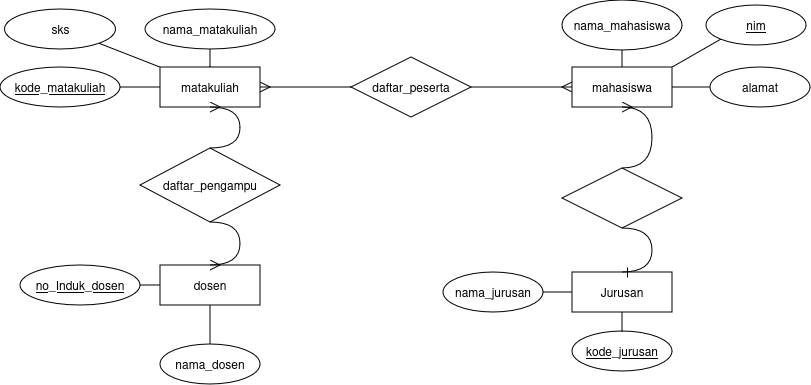
Earlier version of the draw.io export ERD-revisi.drawio.png (embek/rubicamp-database). Source tidied: cells renumbered, new cells last; positions are measured from the earlier drawing's top-left corner, leaving out a move shared by most shapes.
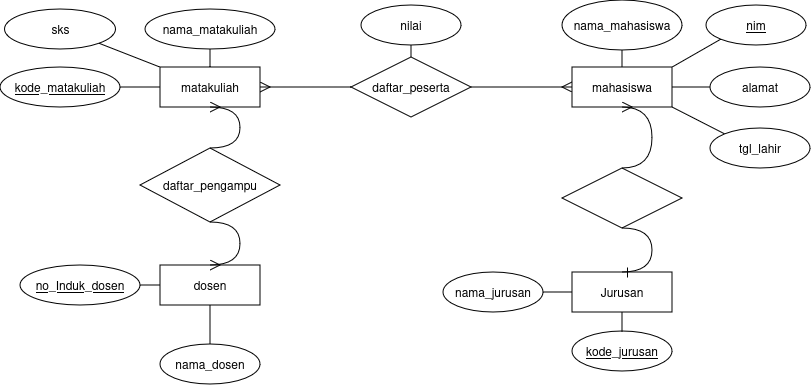
After the change.

Commit message:
tambah atribut nilai dan tgl_lahir

Diff of the diagram source:
```diff
@@ -103,5 +103,17 @@
     <mxCell id="34" style="endArrow=none;html=1;rounded=0;fontSize=12;startSize=8;endSize=8;curved=1;entryX=0;entryY=0;entryDx=0;entryDy=0;exitX=1;exitY=1;exitDx=0;exitDy=0;" parent="1" edge="1" source="24" target="3">
       <mxGeometry relative="1" as="geometry" />
     </mxCell>
+    <mxCell id="35" value="nilai" style="ellipse;whiteSpace=wrap;html=1;align=center;" parent="1" vertex="1">
+      <mxGeometry x="361" y="5" width="100" height="40" as="geometry" />
+    </mxCell>
+    <mxCell id="36" style="endArrow=none;html=1;rounded=0;fontSize=12;startSize=8;endSize=8;curved=1;exitX=0.5;exitY=1;exitDx=0;exitDy=0;" parent="1" edge="1" source="35" target="7">
+      <mxGeometry relative="1" as="geometry" />
+    </mxCell>
+    <mxCell id="37" value="tgl_lahir" style="ellipse;whiteSpace=wrap;html=1;align=center;" parent="1" vertex="1">
+      <mxGeometry x="710" y="128" width="100" height="40" as="geometry" />
+    </mxCell>
+    <mxCell id="38" style="endArrow=none;html=1;rounded=0;fontSize=12;startSize=8;endSize=8;curved=1;exitX=1;exitY=1;exitDx=0;exitDy=0;entryX=0;entryY=0;entryDx=0;entryDy=0;" parent="1" edge="1" source="5" target="37">
+      <mxGeometry relative="1" as="geometry" />
+    </mxCell>
   </root>
 </mxGraphModel>
```
